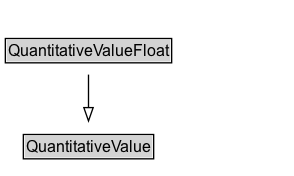
The Graphviz diagram docs/diagrams/QuantitativeValueFloat.dot.png in k-vaughn/ontology-import-gr, before a commit. Its source is kept beside it as docs/diagrams/QuantitativeValueFloat.dot. The source it was exported from:
```dot
digraph {
	graph [overlap=false rankdir=TB splines=true]
	node [fontname=Arial fontsize=12 margin=0 shape=none]
	edge [fontname=Arial fontsize=11]
	QuantitativeValueFloat [label=<<TABLE BORDER="1" CELLBORDER="0" CELLSPACING="0" CELLPADDING="1"><TR><TD BGCOLOR="lightgray" ALIGN="CENTER">QuantitativeValueFloat</TD></TR></TABLE>> URL="../QuantitativeValueFloat" margin=0]
	{
		rank=max
	}
	subgraph cluster_associated {
		label="" style=invis
		Invis [label=<<TABLE BORDER="0" CELLBORDER="0" CELLSPACING="0" CELLPADDING="1"><TR><TD></TD></TR></TABLE>> margin=0 style=invis]
	}
	QuantitativeValue [label=<<TABLE BORDER="1" CELLBORDER="0" CELLSPACING="0" CELLPADDING="1"><TR><TD BGCOLOR="lightgray" ALIGN="CENTER">QuantitativeValue</TD></TR></TABLE>> URL="../QuantitativeValue" margin=0]
	QuantitativeValueFloat -> QuantitativeValue [arrowhead=onormal style=solid]
}
```
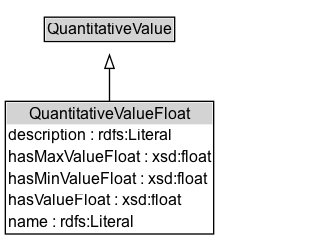
Above is the later version.

The edit, as a diff of the source:
```diff
@@ -2,7 +2,11 @@
 	graph [overlap=false rankdir=TB splines=true]
 	node [fontname=Arial fontsize=12 margin=0 shape=none]
 	edge [fontname=Arial fontsize=11]
-	QuantitativeValueFloat [label=<<TABLE BORDER="1" CELLBORDER="0" CELLSPACING="0" CELLPADDING="1"><TR><TD BGCOLOR="lightgray" ALIGN="CENTER">QuantitativeValueFloat</TD></TR></TABLE>> URL="../QuantitativeValueFloat" margin=0]
+	{
+		rank=source
+		QuantitativeValue [label=<<TABLE BORDER="1" CELLBORDER="0" CELLSPACING="0" CELLPADDING="1"><TR><TD BGCOLOR="lightgray" ALIGN="CENTER">QuantitativeValue</TD></TR></TABLE>> URL="../QuantitativeValue" margin=0]
+	}
+	QuantitativeValueFloat [label=<<TABLE BORDER="1" CELLBORDER="0" CELLSPACING="0" CELLPADDING="1"><TR><TD BGCOLOR="lightgray" ALIGN="CENTER">QuantitativeValueFloat</TD></TR><TR><TD ALIGN="LEFT">description : rdfs:Literal</TD></TR><TR><TD ALIGN="LEFT">hasMaxValueFloat : xsd:float</TD></TR><TR><TD ALIGN="LEFT">hasMinValueFloat : xsd:float</TD></TR><TR><TD ALIGN="LEFT">hasValueFloat : xsd:float</TD></TR><TR><TD ALIGN="LEFT">name : rdfs:Literal</TD></TR></TABLE>> URL="../QuantitativeValueFloat" margin=0]
 	{
 		rank=max
 	}
@@ -10,6 +14,5 @@
 		label="" style=invis
 		Invis [label=<<TABLE BORDER="0" CELLBORDER="0" CELLSPACING="0" CELLPADDING="1"><TR><TD></TD></TR></TABLE>> margin=0 style=invis]
 	}
-	QuantitativeValue [label=<<TABLE BORDER="1" CELLBORDER="0" CELLSPACING="0" CELLPADDING="1"><TR><TD BGCOLOR="lightgray" ALIGN="CENTER">QuantitativeValue</TD></TR></TABLE>> URL="../QuantitativeValue" margin=0]
 	QuantitativeValueFloat -> QuantitativeValue [arrowhead=onormal style=solid]
 }
```
